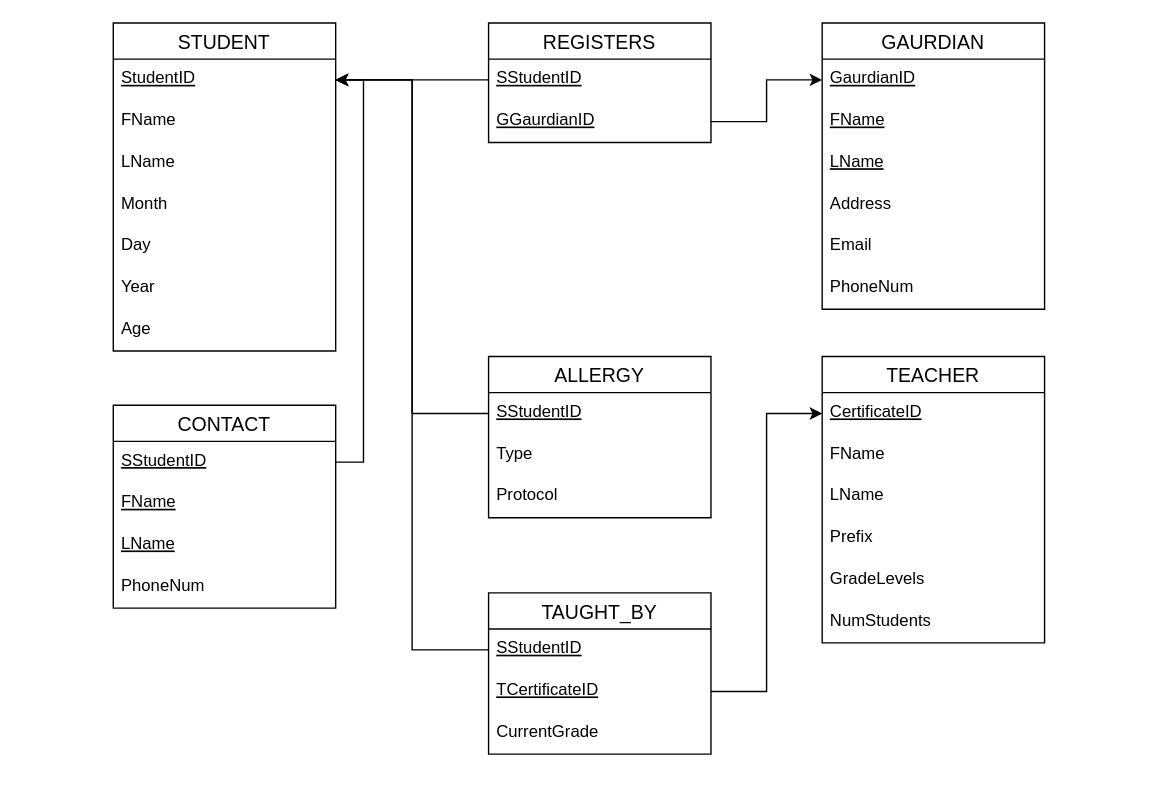
The draw.io diagram Untitled Diagram.drawio in Marshal-Kalynchuk/git-test, before the edit. Source tidied: cells renumbered, new cells numbered last; positions are measured from the earlier drawing's top-left corner, leaving out a move shared by most shapes. Both pictures are drawn from the tidied source at 139%, with x=0, y=0 at pixel (113, 22).
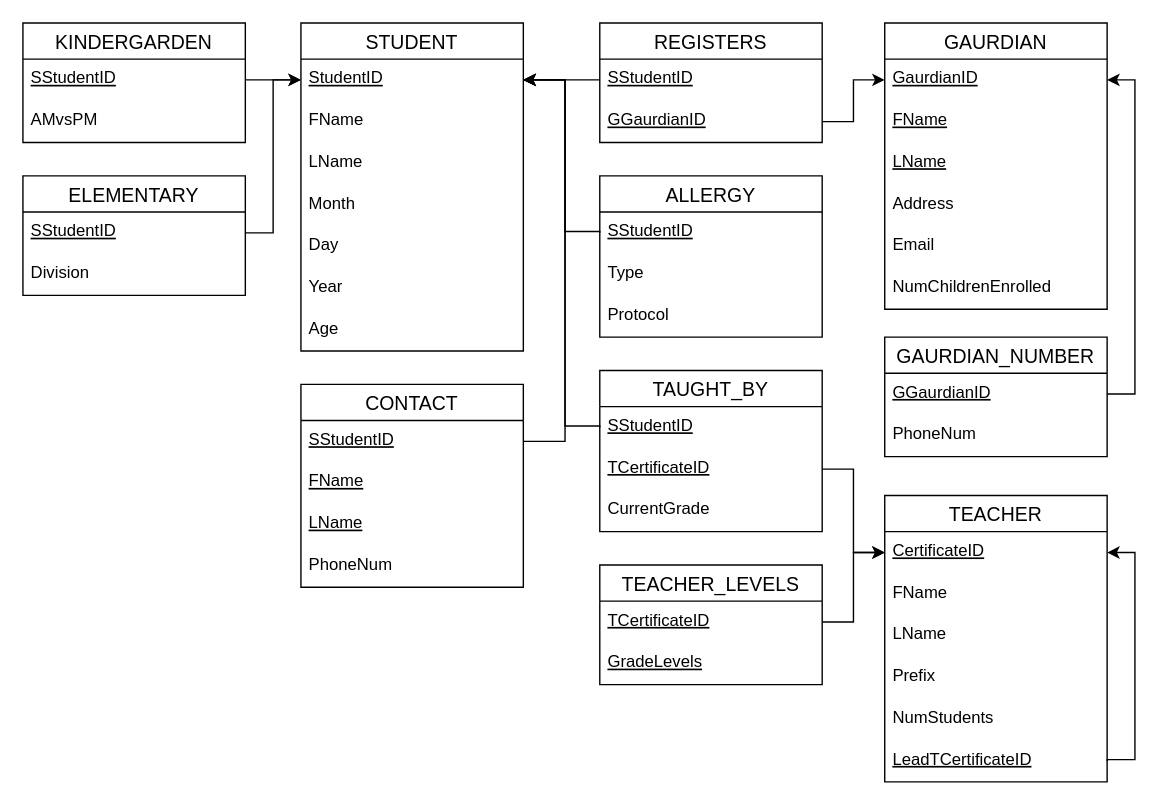
Above is the later version.

Unchanged cells that the change refers to:
```xml
<mxCell id="3" value="StudentID" style="text;strokeColor=none;fillColor=none;spacingLeft=4;spacingRight=4;overflow=hidden;points=[[0,0.5],[1,0.5]];portConstraint=eastwest;fontSize=12;fontStyle=4;" parent="2" vertex="1">
  <mxGeometry y="26" width="160" height="30" as="geometry" />
</mxCell>
<mxCell id="11" value="CertificateID" style="text;strokeColor=none;fillColor=none;spacingLeft=4;spacingRight=4;overflow=hidden;points=[[0,0.5],[1,0.5]];portConstraint=eastwest;fontSize=12;fontStyle=4;" parent="10" vertex="1">
  <mxGeometry y="26" width="160" height="30" as="geometry" />
</mxCell>
<mxCell id="18" value="GaurdianID" style="text;strokeColor=none;fillColor=none;spacingLeft=4;spacingRight=4;overflow=hidden;points=[[0,0.5],[1,0.5]];portConstraint=eastwest;fontSize=12;fontStyle=4;" parent="17" vertex="1">
  <mxGeometry y="26" width="160" height="30" as="geometry" />
</mxCell>
<mxCell id="25" value="SStudentID" style="text;strokeColor=none;fillColor=none;spacingLeft=4;spacingRight=4;overflow=hidden;points=[[0,0.5],[1,0.5]];portConstraint=eastwest;fontSize=12;fontStyle=4;" parent="24" vertex="1">
  <mxGeometry y="26" width="160" height="30" as="geometry" />
</mxCell>
<mxCell id="29" value="SStudentID" style="text;strokeColor=none;fillColor=none;spacingLeft=4;spacingRight=4;overflow=hidden;points=[[0,0.5],[1,0.5]];portConstraint=eastwest;fontSize=12;fontStyle=4;" parent="28" vertex="1">
  <mxGeometry y="26" width="160" height="30" as="geometry" />
</mxCell>
<mxCell id="41" value="SStudentID" style="text;strokeColor=none;fillColor=none;spacingLeft=4;spacingRight=4;overflow=hidden;points=[[0,0.5],[1,0.5]];portConstraint=eastwest;fontSize=12;fontStyle=4;" parent="40" vertex="1">
  <mxGeometry y="26" width="160" height="30" as="geometry" />
</mxCell>
```

Change to the diagram source:
```diff
@@
     <mxCell id="2" value="STUDENT" style="swimlane;fontStyle=0;horizontal=1;startSize=26;align=center;fontSize=14;" parent="1" vertex="1">
-      <mxGeometry width="160" height="236" as="geometry" />
+      <mxGeometry x="135" width="160" height="236" as="geometry" />
     </mxCell>
@@
     <mxCell id="10" value="TEACHER" style="swimlane;fontStyle=0;horizontal=1;startSize=26;align=center;fontSize=14;" parent="1" vertex="1">
-      <mxGeometry x="510" y="240" width="160" height="206" as="geometry" />
+      <mxGeometry x="555" y="340" width="160" height="206" as="geometry" />
     </mxCell>
@@
-    <mxCell id="15" value="GradeLevels" style="text;strokeColor=none;fillColor=none;spacingLeft=4;spacingRight=4;overflow=hidden;fontSize=12;" parent="10" vertex="1">
-      <mxGeometry y="146" width="160" height="30" as="geometry" />
-    </mxCell>
     <mxCell id="16" value="NumStudents" style="text;strokeColor=none;fillColor=none;spacingLeft=4;spacingRight=4;overflow=hidden;fontSize=12;" parent="10" vertex="1">
-      <mxGeometry y="176" width="160" height="30" as="geometry" />
+      <mxGeometry y="146" width="160" height="30" as="geometry" />
     </mxCell>
+    <mxCell id="46" style="edgeStyle=orthogonalEdgeStyle;rounded=0;jettySize=auto;html=1;exitX=1;exitY=0.5;exitDx=0;exitDy=0;entryX=1;entryY=0.5;entryDx=0;entryDy=0;" parent="10" edge="1" source="47" target="11">
+      <mxGeometry relative="1" as="geometry">
+        <Array as="points">
+          <mxPoint x="160" y="190" />
+          <mxPoint x="180" y="190" />
+          <mxPoint x="180" y="41" />
+        </Array>
+      </mxGeometry>
+    </mxCell>
+    <mxCell id="47" value="LeadTCertificateID" style="text;strokeColor=none;fillColor=none;spacingLeft=4;spacingRight=4;overflow=hidden;points=[[0,0.5],[1,0.5]];portConstraint=eastwest;fontSize=12;fontStyle=4;" parent="10" vertex="1">
+      <mxGeometry y="176" width="160" height="30" as="geometry" />
+    </mxCell>
     <mxCell id="17" value="GAURDIAN" style="swimlane;fontStyle=0;horizontal=1;startSize=26;align=center;fontSize=14;" parent="1" vertex="1">
-      <mxGeometry x="510" width="160" height="206" as="geometry" />
+      <mxGeometry x="555" width="160" height="206" as="geometry" />
     </mxCell>
@@
-    <mxCell id="23" value="PhoneNum" style="text;strokeColor=none;fillColor=none;spacingLeft=4;spacingRight=4;overflow=hidden;fontSize=12;" parent="17" vertex="1">
-      <mxGeometry y="176" width="160" height="30" as="geometry" />
-    </mxCell>
+    <mxCell id="48" value="NumChildrenEnrolled" style="text;strokeColor=none;fillColor=none;spacingLeft=4;spacingRight=4;overflow=hidden;fontSize=12;" parent="17" vertex="1">
+      <mxGeometry y="176" width="160" height="30" as="geometry" />
+    </mxCell>
     <mxCell id="24" value="ALLERGY" style="swimlane;fontStyle=0;horizontal=1;startSize=26;align=center;fontSize=14;" parent="1" vertex="1">
-      <mxGeometry x="270" y="240" width="160" height="116" as="geometry" />
+      <mxGeometry x="350" y="110" width="160" height="116" as="geometry" />
     </mxCell>
@@
     <mxCell id="28" value="CONTACT" style="swimlane;fontStyle=0;horizontal=1;startSize=26;align=center;fontSize=14;" parent="1" vertex="1">
-      <mxGeometry y="275" width="160" height="146" as="geometry" />
+      <mxGeometry x="135" y="260" width="160" height="146" as="geometry" />
     </mxCell>
@@
     <mxCell id="33" style="edgeStyle=orthogonalEdgeStyle;rounded=0;jettySize=auto;html=1;exitX=0;exitY=0.5;exitDx=0;exitDy=0;entryX=1;entryY=0.5;entryDx=0;entryDy=0;" parent="1" edge="1" source="25" target="3">
-      <mxGeometry relative="1" as="geometry" />
+      <mxGeometry relative="1" as="geometry">
+        <Array as="points">
+          <mxPoint x="350" y="150" />
+          <mxPoint x="325" y="150" />
+          <mxPoint x="325" y="41" />
+        </Array>
+      </mxGeometry>
     </mxCell>
     <mxCell id="34" style="edgeStyle=orthogonalEdgeStyle;rounded=0;jettySize=auto;html=1;exitX=1;exitY=0.5;exitDx=0;exitDy=0;entryX=1;entryY=0.5;entryDx=0;entryDy=0;" parent="1" edge="1" source="29" target="3">
-      <mxGeometry relative="1" as="geometry" />
+      <mxGeometry relative="1" as="geometry">
+        <Array as="points">
+          <mxPoint x="325" y="301" />
+          <mxPoint x="325" y="41" />
+        </Array>
+      </mxGeometry>
     </mxCell>
     <mxCell id="35" value="REGISTERS" style="swimlane;fontStyle=0;horizontal=1;startSize=26;align=center;fontSize=14;" parent="1" vertex="1">
-      <mxGeometry x="270" width="160" height="86" as="geometry" />
+      <mxGeometry x="350" width="160" height="86" as="geometry" />
     </mxCell>
@@
     <mxCell id="40" value="TAUGHT_BY" style="swimlane;fontStyle=0;horizontal=1;startSize=26;align=center;fontSize=14;" parent="1" vertex="1">
-      <mxGeometry x="270" y="410" width="160" height="116" as="geometry" />
+      <mxGeometry x="350" y="250" width="160" height="116" as="geometry" />
     </mxCell>
@@
     <mxCell id="45" style="edgeStyle=orthogonalEdgeStyle;rounded=0;jettySize=auto;html=1;exitX=0;exitY=0.5;exitDx=0;exitDy=0;entryX=1;entryY=0.5;entryDx=0;entryDy=0;" parent="1" edge="1" source="41" target="3">
-      <mxGeometry relative="1" as="geometry" />
+      <mxGeometry relative="1" as="geometry">
+        <Array as="points">
+          <mxPoint x="350" y="290" />
+          <mxPoint x="325" y="290" />
+          <mxPoint x="325" y="41" />
+        </Array>
+      </mxGeometry>
     </mxCell>
+    <mxCell id="49" value="KINDERGARDEN" style="swimlane;fontStyle=0;horizontal=1;startSize=26;align=center;fontSize=14;" parent="1" vertex="1">
+      <mxGeometry x="-65" width="160" height="86" as="geometry" />
+    </mxCell>
+    <mxCell id="50" value="SStudentID" style="text;strokeColor=none;fillColor=none;spacingLeft=4;spacingRight=4;overflow=hidden;points=[[0,0.5],[1,0.5]];portConstraint=eastwest;fontSize=12;fontStyle=4;" parent="49" vertex="1">
+      <mxGeometry y="26" width="160" height="30" as="geometry" />
+    </mxCell>
+    <mxCell id="51" value="AMvsPM" style="text;strokeColor=none;fillColor=none;spacingLeft=4;spacingRight=4;overflow=hidden;fontSize=12;fontStyle=0;" parent="49" vertex="1">
+      <mxGeometry y="56" width="160" height="30" as="geometry" />
+    </mxCell>
+    <mxCell id="52" value="ELEMENTARY" style="swimlane;fontStyle=0;horizontal=1;startSize=26;align=center;fontSize=14;" parent="1" vertex="1">
+      <mxGeometry x="-65" y="110" width="160" height="86" as="geometry" />
+    </mxCell>
+    <mxCell id="53" value="SStudentID" style="text;strokeColor=none;fillColor=none;spacingLeft=4;spacingRight=4;overflow=hidden;points=[[0,0.5],[1,0.5]];portConstraint=eastwest;fontSize=12;fontStyle=4;" parent="52" vertex="1">
+      <mxGeometry y="26" width="160" height="30" as="geometry" />
+    </mxCell>
+    <mxCell id="54" value="Division" style="text;strokeColor=none;fillColor=none;spacingLeft=4;spacingRight=4;overflow=hidden;fontSize=12;fontStyle=0;" parent="52" vertex="1">
+      <mxGeometry y="56" width="160" height="30" as="geometry" />
+    </mxCell>
+    <mxCell id="55" style="edgeStyle=orthogonalEdgeStyle;rounded=0;jettySize=auto;html=1;exitX=1;exitY=0.5;exitDx=0;exitDy=0;entryX=0;entryY=0.5;entryDx=0;entryDy=0;" parent="1" edge="1" source="53" target="3">
+      <mxGeometry relative="1" as="geometry" />
+    </mxCell>
+    <mxCell id="56" style="edgeStyle=orthogonalEdgeStyle;rounded=0;jettySize=auto;html=1;exitX=1;exitY=0.5;exitDx=0;exitDy=0;" parent="1" edge="1" source="50">
+      <mxGeometry relative="1" as="geometry">
+        <mxPoint x="135" y="41" as="targetPoint" />
+      </mxGeometry>
+    </mxCell>
+    <mxCell id="57" value="TEACHER_LEVELS" style="swimlane;fontStyle=0;horizontal=1;startSize=26;align=center;fontSize=14;" parent="1" vertex="1">
+      <mxGeometry x="350" y="390" width="160" height="86" as="geometry" />
+    </mxCell>
+    <mxCell id="58" value="TCertificateID" style="text;strokeColor=none;fillColor=none;spacingLeft=4;spacingRight=4;overflow=hidden;points=[[0,0.5],[1,0.5]];portConstraint=eastwest;fontSize=12;fontStyle=4;" parent="57" vertex="1">
+      <mxGeometry y="26" width="160" height="30" as="geometry" />
+    </mxCell>
+    <mxCell id="15" value="GradeLevels" style="text;strokeColor=none;fillColor=none;spacingLeft=4;spacingRight=4;overflow=hidden;fontSize=12;fontStyle=4;" parent="57" vertex="1">
+      <mxGeometry y="56" width="160" height="30" as="geometry" />
+    </mxCell>
+    <mxCell id="59" style="edgeStyle=orthogonalEdgeStyle;rounded=0;jettySize=auto;html=1;exitX=1;exitY=0.5;exitDx=0;exitDy=0;entryX=0;entryY=0.5;entryDx=0;entryDy=0;" parent="1" edge="1" source="58" target="11">
+      <mxGeometry relative="1" as="geometry" />
+    </mxCell>
+    <mxCell id="60" value="GAURDIAN_NUMBER" style="swimlane;fontStyle=0;horizontal=1;startSize=26;align=center;fontSize=14;" parent="1" vertex="1">
+      <mxGeometry x="555" y="226" width="160" height="86" as="geometry" />
+    </mxCell>
+    <mxCell id="61" value="GGaurdianID" style="text;strokeColor=none;fillColor=none;spacingLeft=4;spacingRight=4;overflow=hidden;points=[[0,0.5],[1,0.5]];portConstraint=eastwest;fontSize=12;fontStyle=4;" parent="60" vertex="1">
+      <mxGeometry y="26" width="160" height="30" as="geometry" />
+    </mxCell>
+    <mxCell id="23" value="PhoneNum" style="text;strokeColor=none;fillColor=none;spacingLeft=4;spacingRight=4;overflow=hidden;fontSize=12;fontStyle=0;" parent="60" vertex="1">
+      <mxGeometry y="56" width="160" height="30" as="geometry" />
+    </mxCell>
+    <mxCell id="62" style="edgeStyle=orthogonalEdgeStyle;rounded=0;jettySize=auto;html=1;exitX=1;exitY=0.5;exitDx=0;exitDy=0;entryX=1;entryY=0.5;entryDx=0;entryDy=0;" parent="1" edge="1" source="61" target="18">
+      <mxGeometry relative="1" as="geometry" />
+    </mxCell>
```
